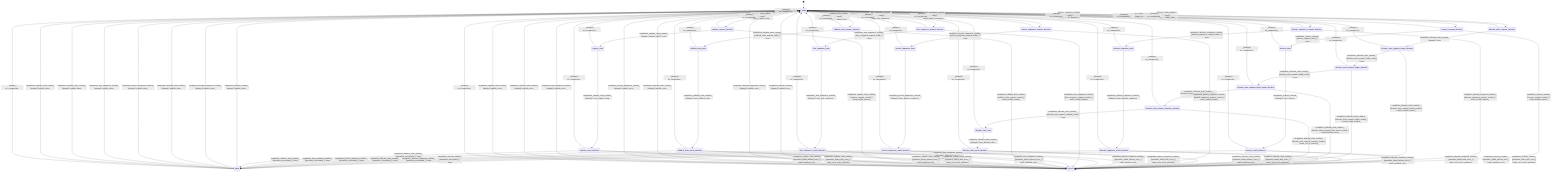
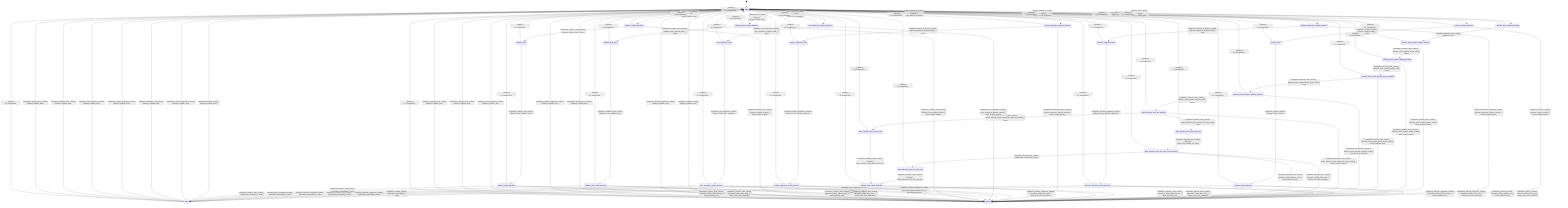
stateDiagram-v2
  direction TB
  [*] --> ready
  ready --> reserve_request_decision : reserve_runtime [always] / begin_reserve_
  reserve_request_decision --> reserve_exec : completion_reserve_runtime_ [reserve_request_valid_] / none
  reserve_request_decision --> errored : completion_reserve_runtime_ [reserve_request_invalid_] / mark_invalid_request_
  reserve_exec --> reserve_result_decision : completion_reserve_runtime_ [always] / exec_reserve_
  reserve_result_decision --> done : completion_reserve_runtime_ [operation_succeeded_] / none
  reserve_result_decision --> errored : completion_reserve_runtime_ [operation_failed_with_error_] / mark_error_from_operation_
  reserve_result_decision --> errored : completion_reserve_runtime_ [operation_failed_without_error_] / mark_backend_error_
  ready --> allocate_sequence_request_decision : allocate_sequence_runtime [always] / begin_allocate_sequence_
  allocate_sequence_request_decision --> allocate_sequence_exec : completion_allocate_sequence_runtime_ [allocate_sequence_request_valid_] / none
  allocate_sequence_request_decision --> errored : completion_allocate_sequence_runtime_ [allocate_sequence_request_invalid_] / mark_invalid_request_
  allocate_sequence_exec --> allocate_sequence_result_decision : completion_allocate_sequence_runtime_ [always] / exec_allocate_sequence_
  allocate_sequence_result_decision --> done : completion_allocate_sequence_runtime_ [operation_succeeded_] / none
  allocate_sequence_result_decision --> errored : completion_allocate_sequence_runtime_ [operation_failed_with_error_] / mark_error_from_operation_
  allocate_sequence_result_decision --> errored : completion_allocate_sequence_runtime_ [operation_failed_without_error_] / mark_backend_error_
  ready --> allocate_slots_request_decision : allocate_slots_runtime [always] / begin_allocate_slots_
  allocate_slots_request_decision --> allocate_slots_request_shape_decision : completion_allocate_slots_runtime_ [always] / none
  allocate_slots_request_shape_decision --> allocate_slots_request_length_decision : completion_allocate_slots_runtime_ [allocate_slots_request_shape_valid_] / none
  allocate_slots_request_shape_decision --> errored : completion_allocate_slots_runtime_ [allocate_slots_request_shape_invalid_] / mark_invalid_request_
  allocate_slots_request_length_decision --> allocate_slots_request_block_layout_decision : completion_allocate_slots_runtime_ [allocate_slots_request_length_valid_] / none
  allocate_slots_request_length_decision --> errored : completion_allocate_slots_runtime_ [allocate_slots_request_length_invalid_] / mark_invalid_request_
  allocate_slots_request_block_layout_decision --> allocate_slots_request_capacity_decision : completion_allocate_slots_runtime_ [allocate_slots_request_block_layout_valid_] / none
  allocate_slots_request_block_layout_decision --> errored : completion_allocate_slots_runtime_ [allocate_slots_request_block_layout_invalid_] / mark_backend_error_
-   allocate_slots_request_capacity_decision --> allocate_slots_exec : completion_allocate_slots_runtime_ [allocate_slots_request_capacity_valid_] / none
+   allocate_slots_request_capacity_decision --> state_allocate_slots_tail_decision : completion_allocate_slots_runtime_ [allocate_slots_request_capacity_valid_] / none
  allocate_slots_request_capacity_decision --> errored : completion_allocate_slots_runtime_ [allocate_slots_request_capacity_invalid_] / mark_out_of_memory_
-   allocate_slots_exec --> allocate_slots_result_decision : completion_allocate_slots_runtime_ [always] / exec_allocate_slots_
+   state_allocate_slots_tail_decision --> state_allocate_slots_tail_copy_exec : completion_allocate_slots_runtime_ [guard_allocate_slots_shared_tail_copy_ready_] / none
+   state_allocate_slots_tail_decision --> errored : completion_allocate_slots_runtime_ [guard_allocate_slots_shared_tail_copy_missing_] / mark_invalid_request_
+   state_allocate_slots_tail_decision --> state_allocate_slots_direct_exec : completion_allocate_slots_runtime_ [guard_allocate_slots_shared_tail_split_not_required_] / none
+   state_allocate_slots_tail_copy_exec --> state_allocate_slots_tail_copy_result_decision : completion_allocate_slots_runtime_ [always] / effect_copy_shared_tail_block_
+   state_allocate_slots_tail_copy_result_decision --> state_allocate_slots_tail_split_exec : completion_allocate_slots_runtime_ [operation_succeeded_] / none
+   state_allocate_slots_tail_copy_result_decision --> errored : completion_allocate_slots_runtime_ [operation_failed_with_error_] / mark_error_from_operation_
+   state_allocate_slots_tail_copy_result_decision --> errored : completion_allocate_slots_runtime_ [operation_failed_without_error_] / mark_backend_error_
+   state_allocate_slots_tail_split_exec --> allocate_slots_result_decision : completion_allocate_slots_runtime_ [always] / effect_allocate_slots_with_tail_split_
+   state_allocate_slots_direct_exec --> allocate_slots_result_decision : completion_allocate_slots_runtime_ [always] / effect_allocate_slots_without_tail_split_
  allocate_slots_result_decision --> done : completion_allocate_slots_runtime_ [operation_succeeded_] / none
  allocate_slots_result_decision --> errored : completion_allocate_slots_runtime_ [operation_failed_with_error_] / mark_error_from_operation_
  allocate_slots_result_decision --> errored : completion_allocate_slots_runtime_ [operation_failed_without_error_] / mark_backend_error_
  ready --> branch_sequence_request_decision : branch_sequence_runtime [always] / begin_branch_sequence_
  branch_sequence_request_decision --> branch_sequence_exec : completion_branch_sequence_runtime_ [branch_sequence_request_valid_] / none
  branch_sequence_request_decision --> errored : completion_branch_sequence_runtime_ [branch_sequence_request_invalid_] / mark_invalid_request_
  branch_sequence_exec --> branch_sequence_result_decision : completion_branch_sequence_runtime_ [always] / exec_branch_sequence_
  branch_sequence_result_decision --> done : completion_branch_sequence_runtime_ [operation_succeeded_] / none
  branch_sequence_result_decision --> errored : completion_branch_sequence_runtime_ [operation_failed_with_error_] / mark_error_from_operation_
  branch_sequence_result_decision --> errored : completion_branch_sequence_runtime_ [operation_failed_without_error_] / mark_backend_error_
  ready --> free_sequence_request_decision : free_sequence_runtime [always] / begin_free_sequence_
  free_sequence_request_decision --> free_sequence_exec : completion_free_sequence_runtime_ [free_sequence_request_valid_] / none
  free_sequence_request_decision --> errored : completion_free_sequence_runtime_ [free_sequence_request_invalid_] / mark_invalid_request_
  free_sequence_exec --> free_sequence_result_decision : completion_free_sequence_runtime_ [always] / exec_free_sequence_
  free_sequence_result_decision --> done : completion_free_sequence_runtime_ [operation_succeeded_] / none
  free_sequence_result_decision --> errored : completion_free_sequence_runtime_ [operation_failed_with_error_] / mark_error_from_operation_
  free_sequence_result_decision --> errored : completion_free_sequence_runtime_ [operation_failed_without_error_] / mark_backend_error_
  ready --> rollback_slots_request_decision : rollback_slots_runtime [always] / begin_rollback_slots_
  rollback_slots_request_decision --> rollback_slots_exec : completion_rollback_slots_runtime_ [rollback_slots_request_valid_] / none
  rollback_slots_request_decision --> errored : completion_rollback_slots_runtime_ [rollback_slots_request_invalid_] / mark_invalid_request_
  rollback_slots_exec --> rollback_slots_result_decision : completion_rollback_slots_runtime_ [always] / exec_rollback_slots_
  rollback_slots_result_decision --> done : completion_rollback_slots_runtime_ [operation_succeeded_] / none
  rollback_slots_result_decision --> errored : completion_rollback_slots_runtime_ [operation_failed_with_error_] / mark_error_from_operation_
  rollback_slots_result_decision --> errored : completion_rollback_slots_runtime_ [operation_failed_without_error_] / mark_backend_error_
  ready --> capture_request_decision : capture_view_runtime [always] / begin_capture_view_
  capture_request_decision --> capture_exec : completion_capture_view_runtime_ [capture_request_valid_] / none
  capture_request_decision --> errored : completion_capture_view_runtime_ [capture_request_invalid_] / mark_invalid_request_
  capture_exec --> capture_result_decision : completion_capture_view_runtime_ [always] / exec_capture_view_
  capture_result_decision --> done : completion_capture_view_runtime_ [operation_succeeded_] / none
  capture_result_decision --> errored : completion_capture_view_runtime_ [operation_failed_with_error_] / mark_error_from_operation_
  capture_result_decision --> errored : completion_capture_view_runtime_ [operation_failed_without_error_] / mark_backend_error_
  done --> ready : completion_reserve_runtime_ [always] / publish_done_
  errored --> ready : completion_reserve_runtime_ [always] / publish_error_
  done --> ready : completion_allocate_sequence_runtime_ [always] / publish_done_
  errored --> ready : completion_allocate_sequence_runtime_ [always] / publish_error_
  done --> ready : completion_allocate_slots_runtime_ [always] / publish_done_
  errored --> ready : completion_allocate_slots_runtime_ [always] / publish_error_
  done --> ready : completion_branch_sequence_runtime_ [always] / publish_done_
  errored --> ready : completion_branch_sequence_runtime_ [always] / publish_error_
  done --> ready : completion_free_sequence_runtime_ [always] / publish_done_
  errored --> ready : completion_free_sequence_runtime_ [always] / publish_error_
  done --> ready : completion_rollback_slots_runtime_ [always] / publish_done_
  errored --> ready : completion_rollback_slots_runtime_ [always] / publish_error_
  done --> ready : completion_capture_view_runtime_ [always] / publish_done_
  errored --> ready : completion_capture_view_runtime_ [always] / publish_error_
  ready --> ready : _ [always] / on_unexpected_
  reserve_request_decision --> ready : _ [always] / on_unexpected_
  reserve_exec --> ready : _ [always] / on_unexpected_
  reserve_result_decision --> ready : _ [always] / on_unexpected_
  allocate_sequence_request_decision --> ready : _ [always] / on_unexpected_
  allocate_sequence_exec --> ready : _ [always] / on_unexpected_
  allocate_sequence_result_decision --> ready : _ [always] / on_unexpected_
  allocate_slots_request_decision --> ready : _ [always] / on_unexpected_
  allocate_slots_request_shape_decision --> ready : _ [always] / on_unexpected_
  allocate_slots_request_length_decision --> ready : _ [always] / on_unexpected_
  allocate_slots_request_block_layout_decision --> ready : _ [always] / on_unexpected_
  allocate_slots_request_capacity_decision --> ready : _ [always] / on_unexpected_
-   allocate_slots_exec --> ready : _ [always] / on_unexpected_
+   state_allocate_slots_tail_decision --> ready : _ [always] / on_unexpected_
+   state_allocate_slots_tail_copy_exec --> ready : _ [always] / on_unexpected_
+   state_allocate_slots_tail_copy_result_decision --> ready : _ [always] / on_unexpected_
+   state_allocate_slots_direct_exec --> ready : _ [always] / on_unexpected_
+   state_allocate_slots_tail_split_exec --> ready : _ [always] / on_unexpected_
  allocate_slots_result_decision --> ready : _ [always] / on_unexpected_
  branch_sequence_request_decision --> ready : _ [always] / on_unexpected_
  branch_sequence_exec --> ready : _ [always] / on_unexpected_
  branch_sequence_result_decision --> ready : _ [always] / on_unexpected_
  free_sequence_request_decision --> ready : _ [always] / on_unexpected_
  free_sequence_exec --> ready : _ [always] / on_unexpected_
  free_sequence_result_decision --> ready : _ [always] / on_unexpected_
  rollback_slots_request_decision --> ready : _ [always] / on_unexpected_
  rollback_slots_exec --> ready : _ [always] / on_unexpected_
  rollback_slots_result_decision --> ready : _ [always] / on_unexpected_
  capture_request_decision --> ready : _ [always] / on_unexpected_
  capture_exec --> ready : _ [always] / on_unexpected_
  capture_result_decision --> ready : _ [always] / on_unexpected_
  done --> ready : _ [always] / on_unexpected_
  errored --> ready : _ [always] / on_unexpected_
